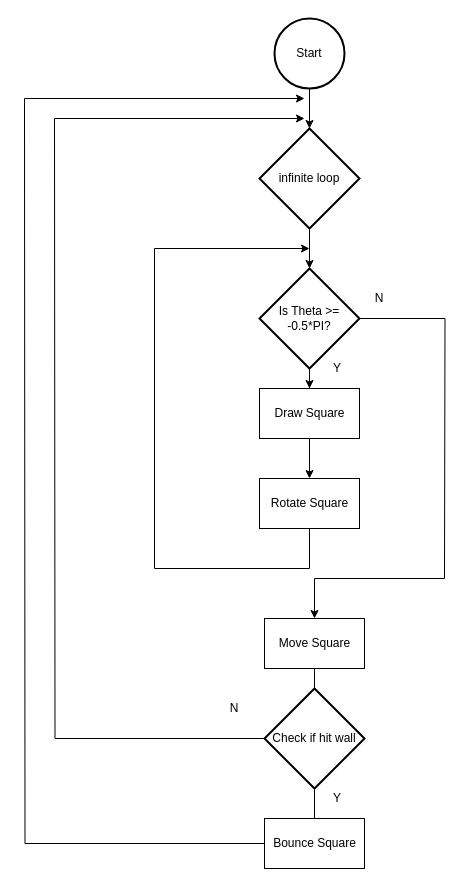
The draw.io diagram MSE 110 assignment1.drawio in gurjeetsingh/cmpt125, before the edit. Source tidied: cells renumbered, new cells numbered last; positions are measured from the earlier drawing's top-left corner, leaving out a move shared by most shapes. Both pictures are drawn from the tidied source at 100%, with x=0, y=0 at pixel (24, 18).
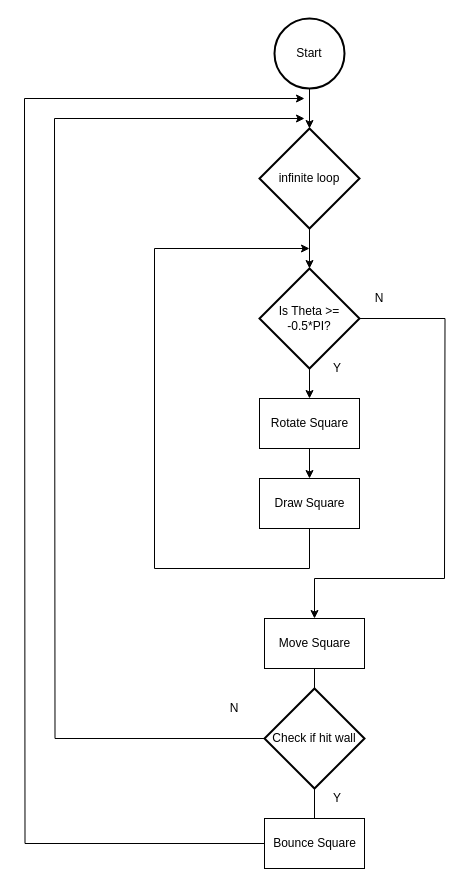
The same diagram, later.

Commit message:
after rearrange code

The change refers to these unchanged cells:
```xml
<mxCell id="9" value="Is Theta &amp;gt;= -0.5*PI?" style="strokeWidth=2;html=1;shape=mxgraph.flowchart.decision;whiteSpace=wrap;" parent="1" vertex="1">
  <mxGeometry x="235" y="250" width="100" height="100" as="geometry" />
</mxCell>
```

The edit, as a diff of the source:
```diff
@@
-    <mxCell id="4" style="edgeStyle=orthogonalEdgeStyle;rounded=0;jettySize=auto;html=1;" parent="1" edge="1" source="5" target="12">
-      <mxGeometry relative="1" as="geometry" />
-    </mxCell>
     <mxCell id="5" value="Draw Square" style="html=1;dashed=0;whitespace=wrap;" parent="1" vertex="1">
-      <mxGeometry x="235" y="370" width="100" height="50" as="geometry" />
+      <mxGeometry x="235" y="460" width="100" height="50" as="geometry" />
     </mxCell>
@@
-    <mxCell id="7" style="edgeStyle=orthogonalEdgeStyle;rounded=0;jettySize=auto;html=1;entryX=0.5;entryY=0;entryDx=0;entryDy=0;" parent="1" edge="1" source="9" target="5">
-      <mxGeometry relative="1" as="geometry" />
-    </mxCell>
@@
+    <mxCell id="30" style="edgeStyle=orthogonalEdgeStyle;rounded=0;jettySize=auto;html=1;" parent="1" edge="1" source="9" target="12">
+      <mxGeometry relative="1" as="geometry" />
+    </mxCell>
@@
+    <mxCell id="31" style="edgeStyle=orthogonalEdgeStyle;rounded=0;jettySize=auto;html=1;" parent="1" edge="1" source="12" target="5">
+      <mxGeometry relative="1" as="geometry" />
+    </mxCell>
     <mxCell id="12" value="Rotate Square" style="html=1;dashed=0;whitespace=wrap;" parent="1" vertex="1">
-      <mxGeometry x="235" y="460" width="100" height="50" as="geometry" />
+      <mxGeometry x="235" y="380" width="100" height="50" as="geometry" />
     </mxCell>
@@
-    <mxCell id="24" style="endArrow=none;html=1;entryX=0.5;entryY=1;entryDx=0;entryDy=0;" parent="1" edge="1" target="12">
-      <mxGeometry relative="1" as="geometry">
-        <mxPoint x="285" y="550" as="sourcePoint" />
-      </mxGeometry>
-    </mxCell>
@@
+    <mxCell id="32" style="endArrow=none;html=1;entryX=0.5;entryY=1;entryDx=0;entryDy=0;" parent="1" edge="1" target="5">
+      <mxGeometry relative="1" as="geometry">
+        <mxPoint x="285" y="550" as="sourcePoint" />
+      </mxGeometry>
+    </mxCell>
```
